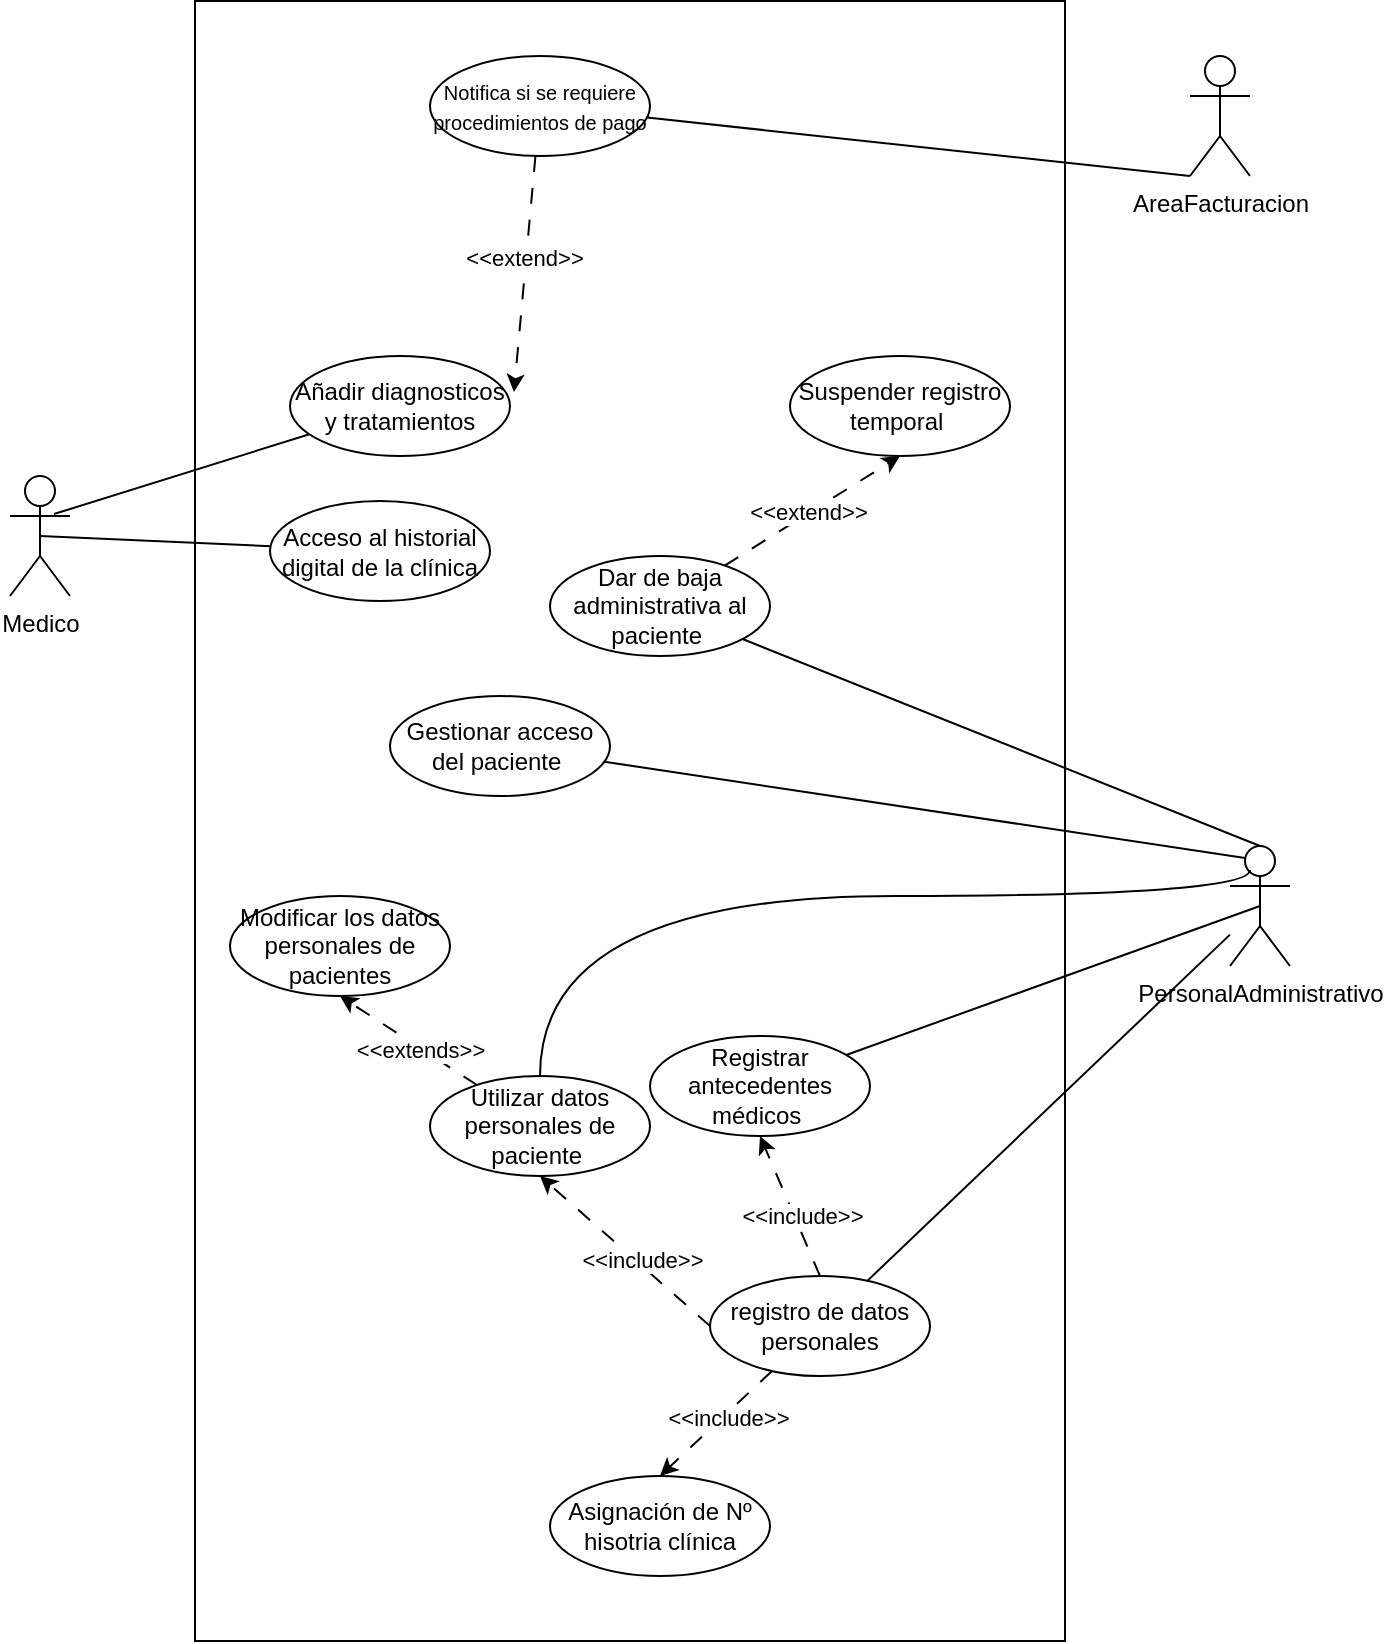
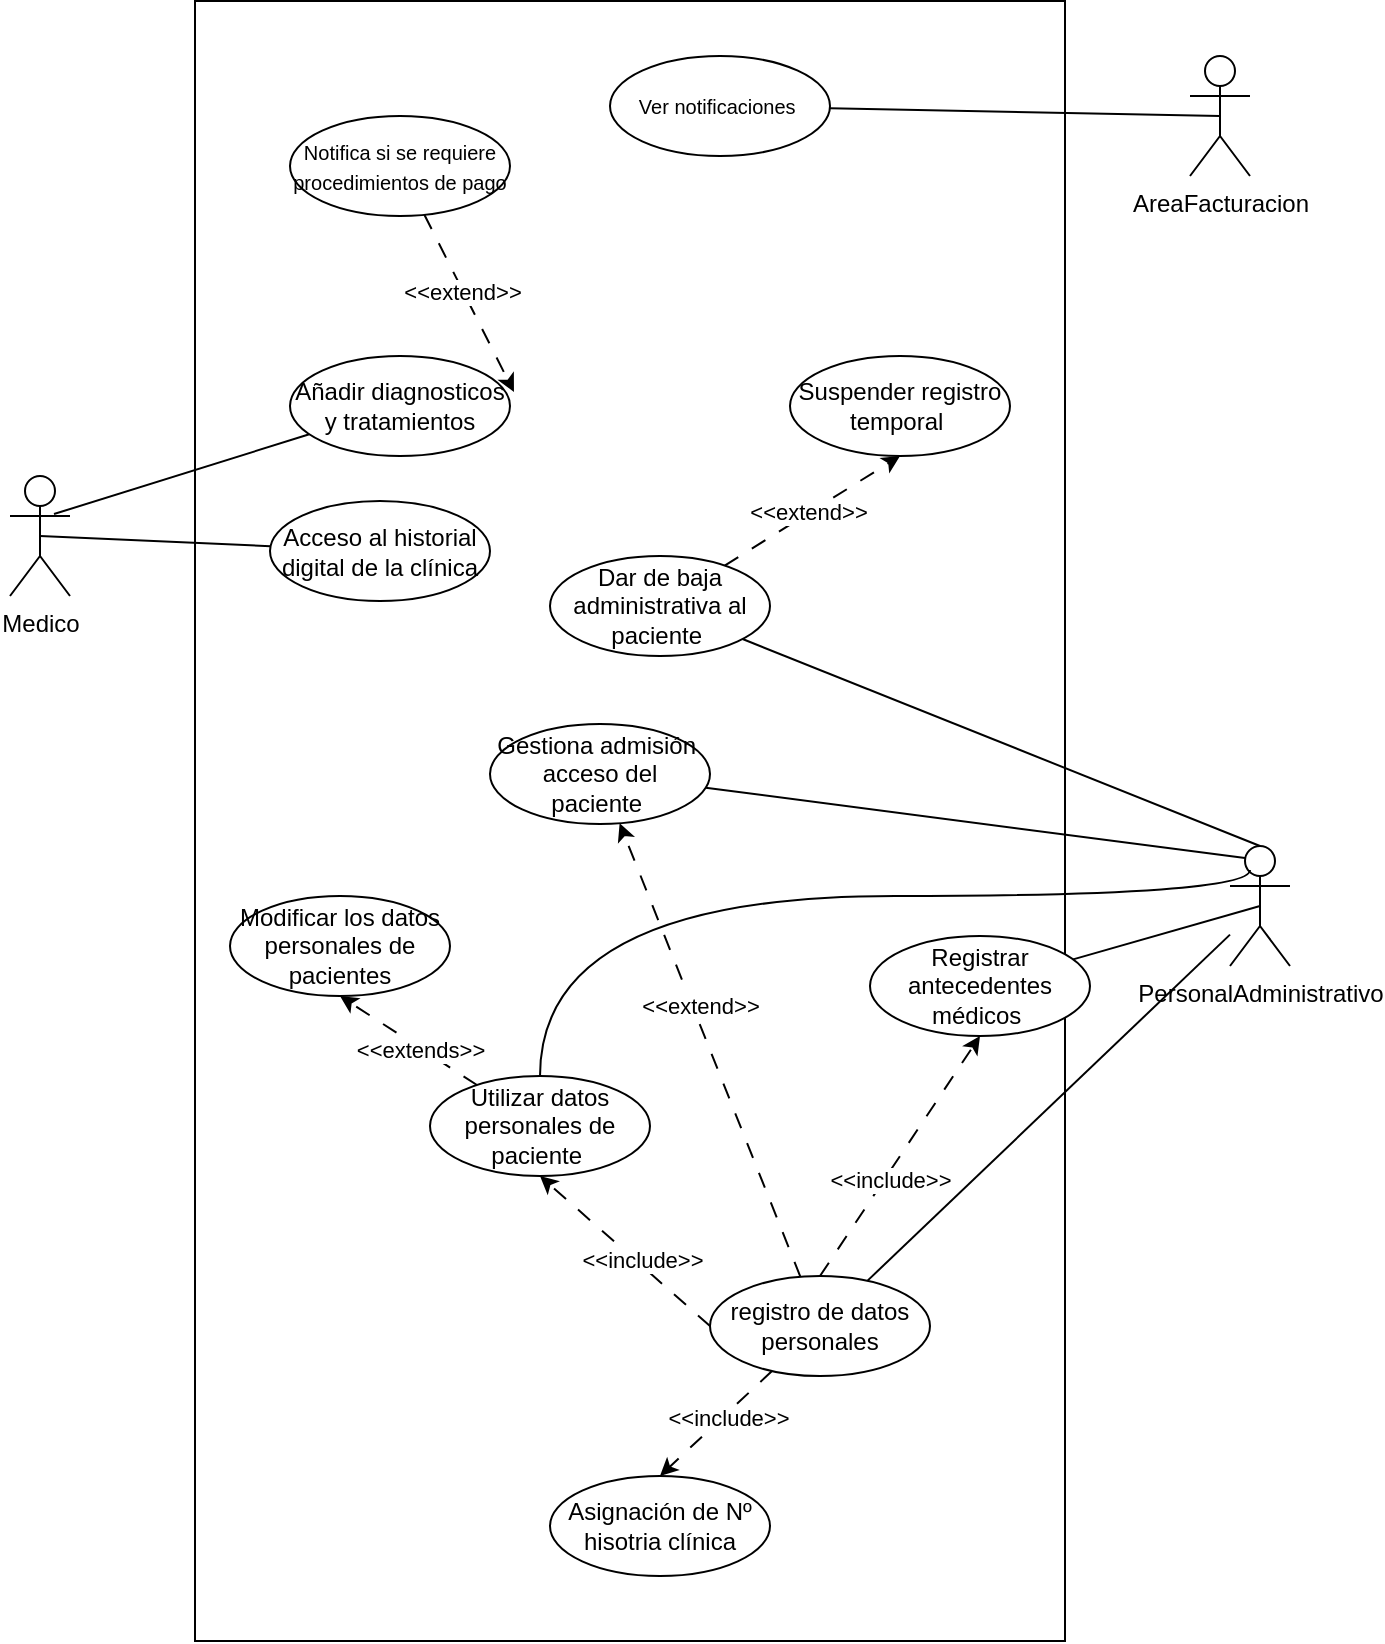
<mxfile host="Electron" agent="Mozilla/5.0 (Windows NT 10.0; Win64; x64) AppleWebKit/537.36 (KHTML, like Gecko) draw.io/28.2.5 Chrome/138.0.7204.251 Electron/37.6.1 Safari/537.36" version="28.2.5">
  <diagram name="Página-1" id="rYjgBxcCQ5coMq_bS9H5">
-     <mxGraphModel dx="804" dy="1019" grid="1" gridSize="10" guides="1" tooltips="1" connect="1" arrows="1" fold="1" page="1" pageScale="1" pageWidth="1169" pageHeight="827" math="0" shadow="0">
+     <mxGraphModel dx="740" dy="868" grid="1" gridSize="10" guides="1" tooltips="1" connect="1" arrows="1" fold="1" page="1" pageScale="1" pageWidth="1169" pageHeight="827" math="0" shadow="0">
      <root>
        <mxCell id="0" />
        <mxCell id="1" parent="0" />
        <mxCell id="9WFX3hbFS49dEOo2ugKA-1" value="Medico&lt;div&gt;&lt;br&gt;&lt;/div&gt;" style="shape=umlActor;verticalLabelPosition=bottom;verticalAlign=top;html=1;" parent="1" vertex="1">
          <mxGeometry x="70" y="240" width="30" height="60" as="geometry" />
        </mxCell>
        <mxCell id="9WFX3hbFS49dEOo2ugKA-3" value="&lt;div&gt;PersonalAdministrativo&lt;/div&gt;" style="shape=umlActor;verticalLabelPosition=bottom;verticalAlign=top;html=1;" parent="1" vertex="1">
          <mxGeometry x="680" y="425" width="30" height="60" as="geometry" />
        </mxCell>
        <mxCell id="9WFX3hbFS49dEOo2ugKA-5" value="AreaFacturacion" style="shape=umlActor;verticalLabelPosition=bottom;verticalAlign=top;html=1;" parent="1" vertex="1">
          <mxGeometry x="660" y="30" width="30" height="60" as="geometry" />
        </mxCell>
-         <mxCell id="oFSQGTjx8G4bIBTO8dXN-2" value="" style="rounded=0;whiteSpace=wrap;html=1;rotation=90;" vertex="1" parent="1">
+         <mxCell id="oFSQGTjx8G4bIBTO8dXN-2" value="" style="rounded=0;whiteSpace=wrap;html=1;rotation=90;" parent="1" vertex="1">
          <mxGeometry x="-30" y="195" width="820" height="435" as="geometry" />
        </mxCell>
-         <mxCell id="oFSQGTjx8G4bIBTO8dXN-4" style="rounded=0;orthogonalLoop=1;jettySize=auto;html=1;endArrow=none;endFill=0;" edge="1" parent="1" source="oFSQGTjx8G4bIBTO8dXN-3" target="9WFX3hbFS49dEOo2ugKA-3">
+         <mxCell id="oFSQGTjx8G4bIBTO8dXN-4" style="rounded=0;orthogonalLoop=1;jettySize=auto;html=1;endArrow=none;endFill=0;" parent="1" source="oFSQGTjx8G4bIBTO8dXN-3" target="9WFX3hbFS49dEOo2ugKA-3" edge="1">
          <mxGeometry relative="1" as="geometry" />
        </mxCell>
-         <mxCell id="oFSQGTjx8G4bIBTO8dXN-52" style="rounded=0;orthogonalLoop=1;jettySize=auto;html=1;entryX=0.5;entryY=0;entryDx=0;entryDy=0;dashed=1;dashPattern=8 8;" edge="1" parent="1" source="oFSQGTjx8G4bIBTO8dXN-3" target="oFSQGTjx8G4bIBTO8dXN-35">
+         <mxCell id="oFSQGTjx8G4bIBTO8dXN-52" style="rounded=0;orthogonalLoop=1;jettySize=auto;html=1;entryX=0.5;entryY=0;entryDx=0;entryDy=0;dashed=1;dashPattern=8 8;" parent="1" source="oFSQGTjx8G4bIBTO8dXN-3" target="oFSQGTjx8G4bIBTO8dXN-35" edge="1">
          <mxGeometry relative="1" as="geometry" />
        </mxCell>
-         <mxCell id="oFSQGTjx8G4bIBTO8dXN-53" value="&amp;lt;&amp;lt;include&amp;gt;&amp;gt;" style="edgeLabel;html=1;align=center;verticalAlign=middle;resizable=0;points=[];" vertex="1" connectable="0" parent="oFSQGTjx8G4bIBTO8dXN-52">
+         <mxCell id="oFSQGTjx8G4bIBTO8dXN-53" value="&amp;lt;&amp;lt;include&amp;gt;&amp;gt;" style="edgeLabel;html=1;align=center;verticalAlign=middle;resizable=0;points=[];" parent="oFSQGTjx8G4bIBTO8dXN-52" vertex="1" connectable="0">
          <mxGeometry x="-0.1506" y="2" relative="1" as="geometry">
            <mxPoint as="offset" />
          </mxGeometry>
        </mxCell>
-         <mxCell id="oFSQGTjx8G4bIBTO8dXN-58" style="rounded=0;orthogonalLoop=1;jettySize=auto;html=1;exitX=0;exitY=0.5;exitDx=0;exitDy=0;entryX=0.5;entryY=1;entryDx=0;entryDy=0;dashed=1;dashPattern=8 8;" edge="1" parent="1" source="oFSQGTjx8G4bIBTO8dXN-3" target="oFSQGTjx8G4bIBTO8dXN-11">
+         <mxCell id="oFSQGTjx8G4bIBTO8dXN-58" style="rounded=0;orthogonalLoop=1;jettySize=auto;html=1;exitX=0;exitY=0.5;exitDx=0;exitDy=0;entryX=0.5;entryY=1;entryDx=0;entryDy=0;dashed=1;dashPattern=8 8;" parent="1" source="oFSQGTjx8G4bIBTO8dXN-3" target="oFSQGTjx8G4bIBTO8dXN-11" edge="1">
          <mxGeometry relative="1" as="geometry" />
        </mxCell>
-         <mxCell id="oFSQGTjx8G4bIBTO8dXN-59" value="&amp;lt;&amp;lt;include&amp;gt;&amp;gt;" style="edgeLabel;html=1;align=center;verticalAlign=middle;resizable=0;points=[];" vertex="1" connectable="0" parent="oFSQGTjx8G4bIBTO8dXN-58">
+         <mxCell id="oFSQGTjx8G4bIBTO8dXN-59" value="&amp;lt;&amp;lt;include&amp;gt;&amp;gt;" style="edgeLabel;html=1;align=center;verticalAlign=middle;resizable=0;points=[];" parent="oFSQGTjx8G4bIBTO8dXN-58" vertex="1" connectable="0">
          <mxGeometry x="-0.1606" y="-2" relative="1" as="geometry">
            <mxPoint as="offset" />
          </mxGeometry>
        </mxCell>
-         <mxCell id="oFSQGTjx8G4bIBTO8dXN-3" value="registro de datos personales" style="ellipse;whiteSpace=wrap;html=1;" vertex="1" parent="1">
+         <mxCell id="A6GWSJykRlksa_GNgfJv-4" style="rounded=0;orthogonalLoop=1;jettySize=auto;html=1;dashed=1;dashPattern=8 8;" edge="1" parent="1" source="oFSQGTjx8G4bIBTO8dXN-3" target="oFSQGTjx8G4bIBTO8dXN-8">
+           <mxGeometry relative="1" as="geometry" />
+         </mxCell>
+         <mxCell id="A6GWSJykRlksa_GNgfJv-5" value="&amp;lt;&amp;lt;extend&amp;gt;&amp;gt;" style="edgeLabel;html=1;align=center;verticalAlign=middle;resizable=0;points=[];" vertex="1" connectable="0" parent="A6GWSJykRlksa_GNgfJv-4">
+           <mxGeometry x="0.188" y="-3" relative="1" as="geometry">
+             <mxPoint as="offset" />
+           </mxGeometry>
+         </mxCell>
+         <mxCell id="oFSQGTjx8G4bIBTO8dXN-3" value="registro de datos personales" style="ellipse;whiteSpace=wrap;html=1;" parent="1" vertex="1">
          <mxGeometry x="420" y="640" width="110" height="50" as="geometry" />
        </mxCell>
-         <mxCell id="oFSQGTjx8G4bIBTO8dXN-9" style="edgeStyle=orthogonalEdgeStyle;rounded=0;orthogonalLoop=1;jettySize=auto;html=1;strokeColor=none;endArrow=none;endFill=0;" edge="1" parent="1" source="oFSQGTjx8G4bIBTO8dXN-8" target="9WFX3hbFS49dEOo2ugKA-3">
+         <mxCell id="oFSQGTjx8G4bIBTO8dXN-9" style="edgeStyle=orthogonalEdgeStyle;rounded=0;orthogonalLoop=1;jettySize=auto;html=1;strokeColor=none;endArrow=none;endFill=0;" parent="1" source="oFSQGTjx8G4bIBTO8dXN-8" target="9WFX3hbFS49dEOo2ugKA-3" edge="1">
          <mxGeometry relative="1" as="geometry" />
        </mxCell>
-         <mxCell id="oFSQGTjx8G4bIBTO8dXN-8" value="Gestionar acceso del paciente&amp;nbsp;" style="ellipse;whiteSpace=wrap;html=1;" vertex="1" parent="1">
-           <mxGeometry x="260" y="350" width="110" height="50" as="geometry" />
+         <mxCell id="oFSQGTjx8G4bIBTO8dXN-8" value="Gestiona admisión&amp;nbsp; acceso del paciente&amp;nbsp;" style="ellipse;whiteSpace=wrap;html=1;" parent="1" vertex="1">
+           <mxGeometry x="310" y="364" width="110" height="50" as="geometry" />
        </mxCell>
-         <mxCell id="oFSQGTjx8G4bIBTO8dXN-10" style="rounded=0;orthogonalLoop=1;jettySize=auto;html=1;endArrow=none;endFill=0;entryX=0.25;entryY=0.1;entryDx=0;entryDy=0;entryPerimeter=0;" edge="1" parent="1" source="oFSQGTjx8G4bIBTO8dXN-8" target="9WFX3hbFS49dEOo2ugKA-3">
+         <mxCell id="oFSQGTjx8G4bIBTO8dXN-10" style="rounded=0;orthogonalLoop=1;jettySize=auto;html=1;endArrow=none;endFill=0;entryX=0.25;entryY=0.1;entryDx=0;entryDy=0;entryPerimeter=0;" parent="1" source="oFSQGTjx8G4bIBTO8dXN-8" target="9WFX3hbFS49dEOo2ugKA-3" edge="1">
          <mxGeometry relative="1" as="geometry">
            <mxPoint x="510" y="430" as="targetPoint" />
          </mxGeometry>
        </mxCell>
-         <mxCell id="oFSQGTjx8G4bIBTO8dXN-63" style="rounded=0;orthogonalLoop=1;jettySize=auto;html=1;entryX=0.5;entryY=1;entryDx=0;entryDy=0;dashed=1;dashPattern=8 8;" edge="1" parent="1" source="oFSQGTjx8G4bIBTO8dXN-11" target="oFSQGTjx8G4bIBTO8dXN-62">
+         <mxCell id="oFSQGTjx8G4bIBTO8dXN-63" style="rounded=0;orthogonalLoop=1;jettySize=auto;html=1;entryX=0.5;entryY=1;entryDx=0;entryDy=0;dashed=1;dashPattern=8 8;" parent="1" source="oFSQGTjx8G4bIBTO8dXN-11" target="oFSQGTjx8G4bIBTO8dXN-62" edge="1">
          <mxGeometry relative="1" as="geometry" />
        </mxCell>
-         <mxCell id="oFSQGTjx8G4bIBTO8dXN-64" value="&amp;lt;&amp;lt;extends&amp;gt;&amp;gt;" style="edgeLabel;html=1;align=center;verticalAlign=middle;resizable=0;points=[];" vertex="1" connectable="0" parent="oFSQGTjx8G4bIBTO8dXN-63">
+         <mxCell id="oFSQGTjx8G4bIBTO8dXN-64" value="&amp;lt;&amp;lt;extends&amp;gt;&amp;gt;" style="edgeLabel;html=1;align=center;verticalAlign=middle;resizable=0;points=[];" parent="oFSQGTjx8G4bIBTO8dXN-63" vertex="1" connectable="0">
          <mxGeometry x="-0.1665" y="1" relative="1" as="geometry">
            <mxPoint as="offset" />
          </mxGeometry>
        </mxCell>
-         <mxCell id="oFSQGTjx8G4bIBTO8dXN-11" value="Utilizar datos personales de paciente&amp;nbsp;" style="ellipse;whiteSpace=wrap;html=1;" vertex="1" parent="1">
+         <mxCell id="oFSQGTjx8G4bIBTO8dXN-11" value="Utilizar datos personales de paciente&amp;nbsp;" style="ellipse;whiteSpace=wrap;html=1;" parent="1" vertex="1">
          <mxGeometry x="280" y="540" width="110" height="50" as="geometry" />
        </mxCell>
-         <mxCell id="oFSQGTjx8G4bIBTO8dXN-20" style="rounded=0;orthogonalLoop=1;jettySize=auto;html=1;endArrow=none;endFill=0;entryX=0.5;entryY=0.5;entryDx=0;entryDy=0;entryPerimeter=0;" edge="1" parent="1" source="oFSQGTjx8G4bIBTO8dXN-16" target="9WFX3hbFS49dEOo2ugKA-3">
+         <mxCell id="oFSQGTjx8G4bIBTO8dXN-20" style="rounded=0;orthogonalLoop=1;jettySize=auto;html=1;endArrow=none;endFill=0;entryX=0.5;entryY=0.5;entryDx=0;entryDy=0;entryPerimeter=0;" parent="1" source="oFSQGTjx8G4bIBTO8dXN-16" target="9WFX3hbFS49dEOo2ugKA-3" edge="1">
          <mxGeometry relative="1" as="geometry" />
        </mxCell>
-         <mxCell id="oFSQGTjx8G4bIBTO8dXN-16" value="Registrar antecedentes médicos&amp;nbsp;" style="ellipse;whiteSpace=wrap;html=1;" vertex="1" parent="1">
-           <mxGeometry x="390" y="520" width="110" height="50" as="geometry" />
+         <mxCell id="oFSQGTjx8G4bIBTO8dXN-16" value="Registrar antecedentes médicos&amp;nbsp;" style="ellipse;whiteSpace=wrap;html=1;" parent="1" vertex="1">
+           <mxGeometry x="500" y="470" width="110" height="50" as="geometry" />
        </mxCell>
-         <mxCell id="oFSQGTjx8G4bIBTO8dXN-24" value="Acceso al historial digital de la clínica" style="ellipse;whiteSpace=wrap;html=1;" vertex="1" parent="1">
+         <mxCell id="oFSQGTjx8G4bIBTO8dXN-24" value="Acceso al historial digital de la clínica" style="ellipse;whiteSpace=wrap;html=1;" parent="1" vertex="1">
          <mxGeometry x="200" y="252.5" width="110" height="50" as="geometry" />
        </mxCell>
-         <mxCell id="oFSQGTjx8G4bIBTO8dXN-26" style="rounded=0;orthogonalLoop=1;jettySize=auto;html=1;entryX=0.5;entryY=0.5;entryDx=0;entryDy=0;entryPerimeter=0;endArrow=none;endFill=0;" edge="1" parent="1" source="oFSQGTjx8G4bIBTO8dXN-24" target="9WFX3hbFS49dEOo2ugKA-1">
+         <mxCell id="oFSQGTjx8G4bIBTO8dXN-26" style="rounded=0;orthogonalLoop=1;jettySize=auto;html=1;entryX=0.5;entryY=0.5;entryDx=0;entryDy=0;entryPerimeter=0;endArrow=none;endFill=0;" parent="1" source="oFSQGTjx8G4bIBTO8dXN-24" target="9WFX3hbFS49dEOo2ugKA-1" edge="1">
          <mxGeometry relative="1" as="geometry" />
        </mxCell>
-         <mxCell id="oFSQGTjx8G4bIBTO8dXN-28" value="Añadir diagnosticos y tratamientos" style="ellipse;whiteSpace=wrap;html=1;" vertex="1" parent="1">
+         <mxCell id="oFSQGTjx8G4bIBTO8dXN-28" value="Añadir diagnosticos y tratamientos" style="ellipse;whiteSpace=wrap;html=1;" parent="1" vertex="1">
          <mxGeometry x="210" y="180" width="110" height="50" as="geometry" />
        </mxCell>
-         <mxCell id="oFSQGTjx8G4bIBTO8dXN-30" style="rounded=0;orthogonalLoop=1;jettySize=auto;html=1;entryX=0.733;entryY=0.317;entryDx=0;entryDy=0;entryPerimeter=0;endArrow=none;endFill=0;" edge="1" parent="1" source="oFSQGTjx8G4bIBTO8dXN-28" target="9WFX3hbFS49dEOo2ugKA-1">
+         <mxCell id="oFSQGTjx8G4bIBTO8dXN-30" style="rounded=0;orthogonalLoop=1;jettySize=auto;html=1;entryX=0.733;entryY=0.317;entryDx=0;entryDy=0;entryPerimeter=0;endArrow=none;endFill=0;" parent="1" source="oFSQGTjx8G4bIBTO8dXN-28" target="9WFX3hbFS49dEOo2ugKA-1" edge="1">
          <mxGeometry relative="1" as="geometry" />
        </mxCell>
-         <mxCell id="oFSQGTjx8G4bIBTO8dXN-32" value="&lt;font style=&quot;font-size: 10px;&quot;&gt;Notifica si se requiere procedimientos de pago&lt;/font&gt;" style="ellipse;whiteSpace=wrap;html=1;" vertex="1" parent="1">
-           <mxGeometry x="280" y="30" width="110" height="50" as="geometry" />
+         <mxCell id="oFSQGTjx8G4bIBTO8dXN-32" value="&lt;font style=&quot;font-size: 10px;&quot;&gt;Notifica si se requiere procedimientos de pago&lt;/font&gt;" style="ellipse;whiteSpace=wrap;html=1;" parent="1" vertex="1">
+           <mxGeometry x="210" y="60" width="110" height="50" as="geometry" />
        </mxCell>
-         <mxCell id="oFSQGTjx8G4bIBTO8dXN-34" style="rounded=0;orthogonalLoop=1;jettySize=auto;html=1;entryX=0;entryY=1;entryDx=0;entryDy=0;entryPerimeter=0;endArrow=none;endFill=0;" edge="1" parent="1" source="oFSQGTjx8G4bIBTO8dXN-32" target="9WFX3hbFS49dEOo2ugKA-5">
+         <mxCell id="oFSQGTjx8G4bIBTO8dXN-35" value="Asignación de Nº hisotria clínica" style="ellipse;whiteSpace=wrap;html=1;" parent="1" vertex="1">
+           <mxGeometry x="340" y="740" width="110" height="50" as="geometry" />
+         </mxCell>
+         <mxCell id="oFSQGTjx8G4bIBTO8dXN-48" style="rounded=0;orthogonalLoop=1;jettySize=auto;html=1;entryX=0.5;entryY=1;entryDx=0;entryDy=0;dashed=1;dashPattern=8 8;" parent="1" source="oFSQGTjx8G4bIBTO8dXN-42" target="oFSQGTjx8G4bIBTO8dXN-46" edge="1">
          <mxGeometry relative="1" as="geometry" />
        </mxCell>
-         <mxCell id="oFSQGTjx8G4bIBTO8dXN-35" value="Asignación de Nº hisotria clínica" style="ellipse;whiteSpace=wrap;html=1;" vertex="1" parent="1">
-           <mxGeometry x="340" y="740" width="110" height="50" as="geometry" />
-         </mxCell>
-         <mxCell id="oFSQGTjx8G4bIBTO8dXN-48" style="rounded=0;orthogonalLoop=1;jettySize=auto;html=1;entryX=0.5;entryY=1;entryDx=0;entryDy=0;dashed=1;dashPattern=8 8;" edge="1" parent="1" source="oFSQGTjx8G4bIBTO8dXN-42" target="oFSQGTjx8G4bIBTO8dXN-46">
-           <mxGeometry relative="1" as="geometry" />
-         </mxCell>
-         <mxCell id="oFSQGTjx8G4bIBTO8dXN-49" value="&amp;lt;&amp;lt;extend&amp;gt;&amp;gt;" style="edgeLabel;html=1;align=center;verticalAlign=middle;resizable=0;points=[];" vertex="1" connectable="0" parent="oFSQGTjx8G4bIBTO8dXN-48">
+         <mxCell id="oFSQGTjx8G4bIBTO8dXN-49" value="&amp;lt;&amp;lt;extend&amp;gt;&amp;gt;" style="edgeLabel;html=1;align=center;verticalAlign=middle;resizable=0;points=[];" parent="oFSQGTjx8G4bIBTO8dXN-48" vertex="1" connectable="0">
          <mxGeometry x="-0.0534" y="1" relative="1" as="geometry">
            <mxPoint as="offset" />
          </mxGeometry>
        </mxCell>
-         <mxCell id="oFSQGTjx8G4bIBTO8dXN-42" value="Dar de baja administrativa al paciente&amp;nbsp;" style="ellipse;whiteSpace=wrap;html=1;" vertex="1" parent="1">
+         <mxCell id="oFSQGTjx8G4bIBTO8dXN-42" value="Dar de baja administrativa al paciente&amp;nbsp;" style="ellipse;whiteSpace=wrap;html=1;" parent="1" vertex="1">
          <mxGeometry x="340" y="280" width="110" height="50" as="geometry" />
        </mxCell>
-         <mxCell id="oFSQGTjx8G4bIBTO8dXN-43" style="rounded=0;orthogonalLoop=1;jettySize=auto;html=1;entryX=0.5;entryY=0;entryDx=0;entryDy=0;entryPerimeter=0;endArrow=none;endFill=0;" edge="1" parent="1" source="oFSQGTjx8G4bIBTO8dXN-42" target="9WFX3hbFS49dEOo2ugKA-3">
+         <mxCell id="oFSQGTjx8G4bIBTO8dXN-43" style="rounded=0;orthogonalLoop=1;jettySize=auto;html=1;entryX=0.5;entryY=0;entryDx=0;entryDy=0;entryPerimeter=0;endArrow=none;endFill=0;" parent="1" source="oFSQGTjx8G4bIBTO8dXN-42" target="9WFX3hbFS49dEOo2ugKA-3" edge="1">
          <mxGeometry relative="1" as="geometry" />
        </mxCell>
-         <mxCell id="oFSQGTjx8G4bIBTO8dXN-46" value="Suspender registro temporal&amp;nbsp;" style="ellipse;whiteSpace=wrap;html=1;" vertex="1" parent="1">
+         <mxCell id="oFSQGTjx8G4bIBTO8dXN-46" value="Suspender registro temporal&amp;nbsp;" style="ellipse;whiteSpace=wrap;html=1;" parent="1" vertex="1">
          <mxGeometry x="460" y="180" width="110" height="50" as="geometry" />
        </mxCell>
-         <mxCell id="oFSQGTjx8G4bIBTO8dXN-54" style="rounded=0;orthogonalLoop=1;jettySize=auto;html=1;entryX=1.018;entryY=0.36;entryDx=0;entryDy=0;entryPerimeter=0;dashed=1;dashPattern=8 8;" edge="1" parent="1" source="oFSQGTjx8G4bIBTO8dXN-32" target="oFSQGTjx8G4bIBTO8dXN-28">
+         <mxCell id="oFSQGTjx8G4bIBTO8dXN-54" style="rounded=0;orthogonalLoop=1;jettySize=auto;html=1;entryX=1.018;entryY=0.36;entryDx=0;entryDy=0;entryPerimeter=0;dashed=1;dashPattern=8 8;" parent="1" source="oFSQGTjx8G4bIBTO8dXN-32" target="oFSQGTjx8G4bIBTO8dXN-28" edge="1">
          <mxGeometry relative="1" as="geometry" />
        </mxCell>
-         <mxCell id="oFSQGTjx8G4bIBTO8dXN-55" value="&amp;lt;&amp;lt;extend&amp;gt;&amp;gt;" style="edgeLabel;html=1;align=center;verticalAlign=middle;resizable=0;points=[];" vertex="1" connectable="0" parent="oFSQGTjx8G4bIBTO8dXN-54">
+         <mxCell id="oFSQGTjx8G4bIBTO8dXN-55" value="&amp;lt;&amp;lt;extend&amp;gt;&amp;gt;" style="edgeLabel;html=1;align=center;verticalAlign=middle;resizable=0;points=[];" parent="oFSQGTjx8G4bIBTO8dXN-54" vertex="1" connectable="0">
          <mxGeometry x="-0.1346" y="-1" relative="1" as="geometry">
            <mxPoint as="offset" />
          </mxGeometry>
        </mxCell>
-         <mxCell id="oFSQGTjx8G4bIBTO8dXN-56" style="rounded=0;orthogonalLoop=1;jettySize=auto;html=1;exitX=0.5;exitY=0;exitDx=0;exitDy=0;entryX=0.5;entryY=1;entryDx=0;entryDy=0;dashed=1;dashPattern=8 8;endArrow=classic;endFill=1;" edge="1" parent="1" source="oFSQGTjx8G4bIBTO8dXN-3" target="oFSQGTjx8G4bIBTO8dXN-16">
+         <mxCell id="oFSQGTjx8G4bIBTO8dXN-56" style="rounded=0;orthogonalLoop=1;jettySize=auto;html=1;exitX=0.5;exitY=0;exitDx=0;exitDy=0;entryX=0.5;entryY=1;entryDx=0;entryDy=0;dashed=1;dashPattern=8 8;endArrow=classic;endFill=1;" parent="1" source="oFSQGTjx8G4bIBTO8dXN-3" target="oFSQGTjx8G4bIBTO8dXN-16" edge="1">
          <mxGeometry relative="1" as="geometry" />
        </mxCell>
-         <mxCell id="oFSQGTjx8G4bIBTO8dXN-57" value="&amp;lt;&amp;lt;include&amp;gt;&amp;gt;" style="edgeLabel;html=1;align=center;verticalAlign=middle;resizable=0;points=[];" vertex="1" connectable="0" parent="oFSQGTjx8G4bIBTO8dXN-56">
+         <mxCell id="oFSQGTjx8G4bIBTO8dXN-57" value="&amp;lt;&amp;lt;include&amp;gt;&amp;gt;" style="edgeLabel;html=1;align=center;verticalAlign=middle;resizable=0;points=[];" parent="oFSQGTjx8G4bIBTO8dXN-56" vertex="1" connectable="0">
          <mxGeometry x="-0.1879" y="-3" relative="1" as="geometry">
            <mxPoint y="-1" as="offset" />
          </mxGeometry>
        </mxCell>
-         <mxCell id="oFSQGTjx8G4bIBTO8dXN-61" style="edgeStyle=orthogonalEdgeStyle;rounded=0;orthogonalLoop=1;jettySize=auto;html=1;entryX=0.533;entryY=0.208;entryDx=0;entryDy=0;entryPerimeter=0;curved=1;endArrow=none;endFill=0;exitX=0.5;exitY=0;exitDx=0;exitDy=0;" edge="1" parent="1" source="oFSQGTjx8G4bIBTO8dXN-11">
+         <mxCell id="oFSQGTjx8G4bIBTO8dXN-61" style="edgeStyle=orthogonalEdgeStyle;rounded=0;orthogonalLoop=1;jettySize=auto;html=1;entryX=0.533;entryY=0.208;entryDx=0;entryDy=0;entryPerimeter=0;curved=1;endArrow=none;endFill=0;exitX=0.5;exitY=0;exitDx=0;exitDy=0;" parent="1" source="oFSQGTjx8G4bIBTO8dXN-11" edge="1">
          <mxGeometry relative="1" as="geometry">
            <mxPoint x="319.05882352941194" y="530.0016547420153" as="sourcePoint" />
            <mxPoint x="689.9899999999998" y="437.0599999999998" as="targetPoint" />
            <Array as="points">
              <mxPoint x="335" y="450" />
              <mxPoint x="690" y="450" />
            </Array>
          </mxGeometry>
        </mxCell>
-         <mxCell id="oFSQGTjx8G4bIBTO8dXN-62" value="Modificar los datos personales de pacientes" style="ellipse;whiteSpace=wrap;html=1;" vertex="1" parent="1">
+         <mxCell id="oFSQGTjx8G4bIBTO8dXN-62" value="Modificar los datos personales de pacientes" style="ellipse;whiteSpace=wrap;html=1;" parent="1" vertex="1">
          <mxGeometry x="180" y="450" width="110" height="50" as="geometry" />
+         </mxCell>
+         <mxCell id="A6GWSJykRlksa_GNgfJv-1" value="&lt;font style=&quot;font-size: 10px;&quot;&gt;Ver notificaciones&amp;nbsp;&lt;/font&gt;" style="ellipse;whiteSpace=wrap;html=1;" vertex="1" parent="1">
+           <mxGeometry x="370" y="30" width="110" height="50" as="geometry" />
+         </mxCell>
+         <mxCell id="A6GWSJykRlksa_GNgfJv-2" style="rounded=0;orthogonalLoop=1;jettySize=auto;html=1;entryX=0.5;entryY=0.5;entryDx=0;entryDy=0;entryPerimeter=0;endArrow=none;endFill=0;" edge="1" parent="1" source="A6GWSJykRlksa_GNgfJv-1" target="9WFX3hbFS49dEOo2ugKA-5">
+           <mxGeometry relative="1" as="geometry" />
        </mxCell>
      </root>
    </mxGraphModel>
  </diagram>
</mxfile>
